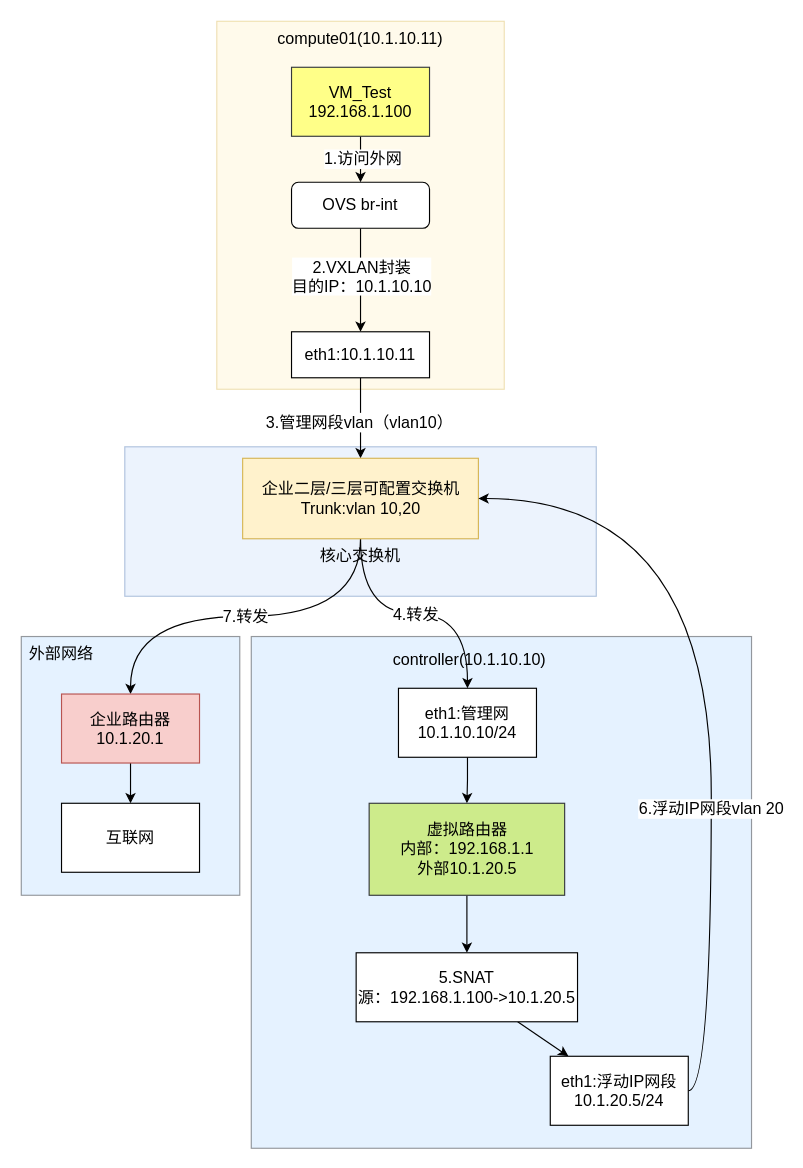
Above: 南北流向SNAT模型.drawio in lrAltas/DrwaIO (draw.io), before the change. Source tidied: cells renumbered, new cells numbered last; positions are measured from the earlier drawing's top-left corner, leaving out a move shared by most shapes. Both pictures are drawn from the tidied source at 115%, with x=0, y=0 at pixel (21, 21).
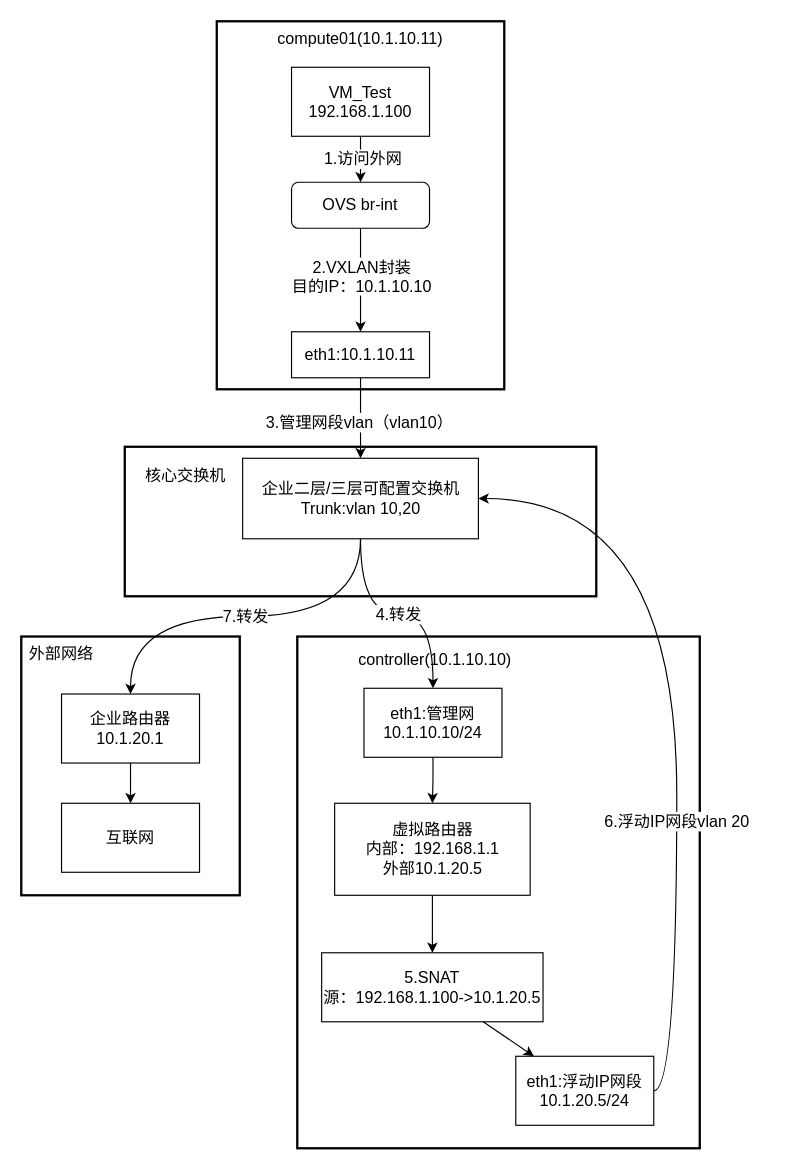
The same diagram, later.

Commit message:
更新南北流向SNAT模型.drawio

Diff of the diagram source:
```diff
@@
-    <mxCell id="2" style="rounded=0;whiteSpace=wrap;html=1;fillColor=#cce5ff;strokeColor=#36393d;opacity=50;fontSize=14;" parent="1" vertex="1">
-      <mxGeometry x="200" y="535" width="435" height="445" as="geometry" />
+    <mxCell id="2" style="rounded=0;whiteSpace=wrap;html=1;fontSize=14;strokeWidth=2;" parent="1" vertex="1">
+      <mxGeometry x="240" y="535" width="350" height="445" as="geometry" />
     </mxCell>
-    <mxCell id="3" style="rounded=0;whiteSpace=wrap;html=1;fillColor=#cce5ff;strokeColor=#36393d;opacity=50;fontSize=14;" parent="1" vertex="1">
+    <mxCell id="3" style="rounded=0;whiteSpace=wrap;html=1;fontSize=14;strokeWidth=2;" parent="1" vertex="1">
       <mxGeometry y="535" width="190" height="225" as="geometry" />
     </mxCell>
-    <mxCell id="4" style="rounded=0;whiteSpace=wrap;html=1;fillColor=#dae8fc;strokeColor=#6c8ebf;opacity=50;fontSize=14;" parent="1" vertex="1">
+    <mxCell id="4" style="rounded=0;whiteSpace=wrap;html=1;fontSize=14;strokeWidth=2;" parent="1" vertex="1">
       <mxGeometry x="90" y="370" width="410" height="130" as="geometry" />
     </mxCell>
-    <mxCell id="5" style="rounded=0;whiteSpace=wrap;html=1;fillColor=#fff2cc;strokeColor=#d6b656;opacity=40;fontSize=14;" parent="1" vertex="1">
+    <mxCell id="5" style="rounded=0;whiteSpace=wrap;html=1;fontSize=14;strokeWidth=2;" parent="1" vertex="1">
       <mxGeometry x="170" width="250" height="320" as="geometry" />
     </mxCell>
@@
-    <mxCell id="9" value="&lt;div&gt;VM_Test&lt;/div&gt;&lt;div&gt;192.168.1.100&lt;/div&gt;" style="rounded=0;whiteSpace=wrap;html=1;fillColor=#ffff88;strokeColor=#36393d;fontSize=14;" parent="1" vertex="1">
+    <mxCell id="9" value="&lt;div&gt;VM_Test&lt;/div&gt;&lt;div&gt;192.168.1.100&lt;/div&gt;" style="rounded=0;whiteSpace=wrap;html=1;fontSize=14;" parent="1" vertex="1">
       <mxGeometry x="235" y="40" width="120" height="60" as="geometry" />
     </mxCell>
@@
-    <mxCell id="20" value="&lt;div&gt;企业二层/三层可配置交换机&lt;/div&gt;&lt;div&gt;Trunk:vlan 10,20&lt;/div&gt;" style="rounded=0;whiteSpace=wrap;html=1;fillColor=#fff2cc;strokeColor=#d6b656;fontSize=14;" parent="1" vertex="1">
+    <mxCell id="20" value="&lt;div&gt;企业二层/三层可配置交换机&lt;/div&gt;&lt;div&gt;Trunk:vlan 10,20&lt;/div&gt;" style="rounded=0;whiteSpace=wrap;html=1;fontSize=14;" parent="1" vertex="1">
       <mxGeometry x="192.5" y="380" width="205" height="70" as="geometry" />
     </mxCell>
     <mxCell id="21" value="核心交换机" style="text;html=1;whiteSpace=wrap;strokeColor=none;fillColor=none;align=center;verticalAlign=middle;rounded=0;fontSize=14;" parent="1" vertex="1">
-      <mxGeometry x="245" y="450" width="100" height="30" as="geometry" />
+      <mxGeometry x="92.5" y="380" width="100" height="30" as="geometry" />
     </mxCell>
@@
-    <mxCell id="23" value="&lt;div&gt;企业路由器&lt;/div&gt;&lt;div&gt;10.1.20.1&lt;/div&gt;" style="rounded=0;whiteSpace=wrap;html=1;fontSize=14;fillColor=#f8cecc;strokeColor=#b85450;" parent="1" vertex="1">
+    <mxCell id="23" value="&lt;div&gt;企业路由器&lt;/div&gt;&lt;div&gt;10.1.20.1&lt;/div&gt;" style="rounded=0;whiteSpace=wrap;html=1;fontSize=14;" parent="1" vertex="1">
       <mxGeometry x="35" y="585" width="120" height="60" as="geometry" />
     </mxCell>
@@
     <mxCell id="27" value="&lt;div&gt;eth1:管理网&lt;/div&gt;&lt;div&gt;10.1.10.10/24&lt;/div&gt;" style="rounded=0;whiteSpace=wrap;html=1;fontSize=14;" parent="1" vertex="1">
-      <mxGeometry x="328" y="580" width="120" height="60" as="geometry" />
+      <mxGeometry x="298" y="580" width="120" height="60" as="geometry" />
     </mxCell>
     <mxCell id="28" value="controller(10.1.10.10)" style="text;html=1;whiteSpace=wrap;strokeColor=none;fillColor=none;align=center;verticalAlign=middle;rounded=0;fontSize=14;" parent="1" vertex="1">
-      <mxGeometry x="360" y="540" width="60" height="30" as="geometry" />
+      <mxGeometry x="330" y="540" width="60" height="30" as="geometry" />
     </mxCell>
@@
-    <mxCell id="30" value="&lt;div&gt;虚拟路由器&lt;/div&gt;&lt;div&gt;内部：192.168.1.1&lt;/div&gt;&lt;div&gt;外部10.1.20.5&lt;/div&gt;" style="rounded=0;whiteSpace=wrap;html=1;fontSize=14;fillColor=#cdeb8b;strokeColor=#36393d;" parent="1" vertex="1">
-      <mxGeometry x="302.5" y="680" width="170" height="80" as="geometry" />
+    <mxCell id="30" value="&lt;div&gt;虚拟路由器&lt;/div&gt;&lt;div&gt;内部：192.168.1.1&lt;/div&gt;&lt;div&gt;外部10.1.20.5&lt;/div&gt;" style="rounded=0;whiteSpace=wrap;html=1;fontSize=14;" parent="1" vertex="1">
+      <mxGeometry x="272.5" y="680" width="170" height="80" as="geometry" />
     </mxCell>
@@
     <mxCell id="32" value="&lt;div&gt;5.SNAT&lt;/div&gt;&lt;div&gt;源：192.168.1.100-&amp;gt;10.1.20.5&lt;/div&gt;" style="rounded=0;whiteSpace=wrap;html=1;fontSize=14;" parent="1" vertex="1">
-      <mxGeometry x="291.2" y="810" width="192.5" height="60" as="geometry" />
+      <mxGeometry x="261.2" y="810" width="192.5" height="60" as="geometry" />
     </mxCell>
@@
     <mxCell id="35" value="&lt;div&gt;eth1:浮动IP网段&lt;/div&gt;&lt;div&gt;10.1.20.5/24&lt;/div&gt;" style="whiteSpace=wrap;html=1;rounded=0;fontSize=14;" parent="1" vertex="1">
-      <mxGeometry x="460" y="900" width="120" height="60" as="geometry" />
+      <mxGeometry x="430" y="900" width="120" height="60" as="geometry" />
     </mxCell>
```
